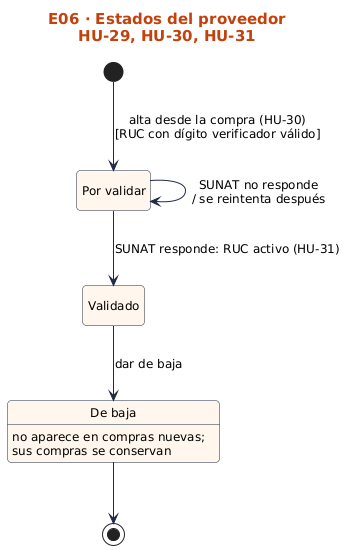
Before: docs/generales/estados/e06-proveedor.png, a diagram exported from PlantUML (nandoestebanif/sevens-sigro).
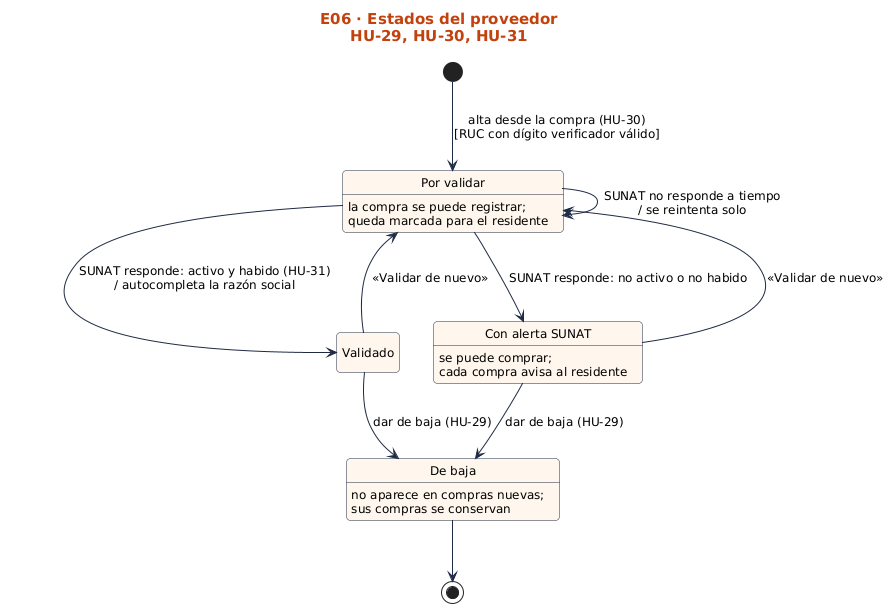
Above is the later version.

Diff of the diagram source:
```diff
@@ -4,9 +4,16 @@
 title E06 · Estados del proveedor\nHU-29, HU-30, HU-31
 [*] --> PorValidar : alta desde la compra (HU-30)\n[RUC con dígito verificador válido]
 state "Por validar" as PorValidar
-PorValidar --> Validado : SUNAT responde: RUC activo (HU-31)
-PorValidar --> PorValidar : SUNAT no responde\n/ se reintenta después
-Validado --> DeBaja : dar de baja
+PorValidar : la compra se puede registrar;\nqueda marcada para el residente
+PorValidar --> Validado : SUNAT responde: activo y habido (HU-31)\n/ autocompleta la razón social
+PorValidar --> ConAlerta : SUNAT responde: no activo o no habido
+state "Con alerta SUNAT" as ConAlerta
+ConAlerta : se puede comprar;\ncada compra avisa al residente
+PorValidar --> PorValidar : SUNAT no responde a tiempo\n/ se reintenta solo
+Validado --> PorValidar : «Validar de nuevo»
+ConAlerta --> PorValidar : «Validar de nuevo»
+Validado --> DeBaja : dar de baja (HU-29)
+ConAlerta --> DeBaja : dar de baja (HU-29)
 state "De baja" as DeBaja
 DeBaja : no aparece en compras nuevas;\nsus compras se conservan
 DeBaja --> [*]
```
